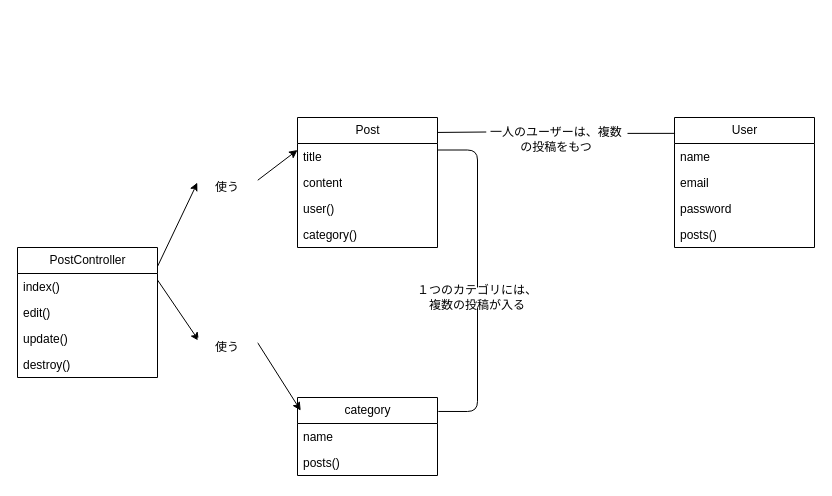
Earlier version of the draw.io diagram docs/13-7/post-class.drawio (taiga-kawakubo/post-app-practice). Source tidied: cells renumbered, new cells numbered last; positions are measured from the earlier drawing's top-left corner, leaving out a move shared by most shapes. Both pictures are drawn from the tidied source at 100%, with x=0, y=0 at pixel (17, 117).
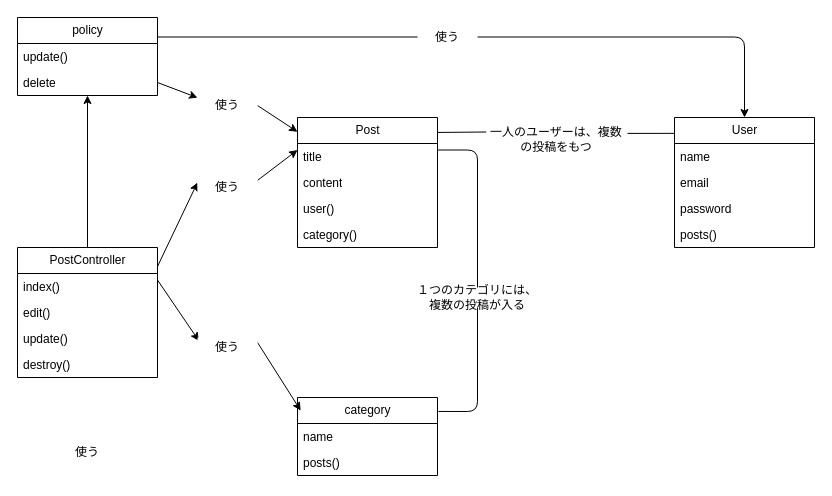
After the change.

Commit message:
13-7: ポリシーまで入れた投稿アプリのクラス図を追加

Unchanged cells that the change refers to:
```xml
<mxCell id="2" value="PostController" style="swimlane;fontStyle=0;horizontal=1;startSize=26;fillColor=none;html=1;" parent="1" vertex="1">
  <mxGeometry y="130" width="140" height="130" as="geometry" />
</mxCell>
<mxCell id="7" value="User" style="swimlane;fontStyle=0;horizontal=1;startSize=26;fillColor=none;html=1;" parent="1" vertex="1">
  <mxGeometry x="657" width="140" height="130" as="geometry" />
</mxCell>
<mxCell id="12" value="Post" style="swimlane;fontStyle=0;horizontal=1;startSize=26;fillColor=none;html=1;" parent="1" vertex="1">
  <mxGeometry x="280" width="140" height="130" as="geometry" />
</mxCell>
```

Diff of the diagram source:
```diff
@@
+    <mxCell id="31" style="edgeStyle=none;html=1;entryX=0.5;entryY=1;entryDx=0;entryDy=0;" parent="1" edge="1" source="2" target="33">
+      <mxGeometry relative="1" as="geometry" />
+    </mxCell>
@@
+    <mxCell id="32" style="edgeStyle=orthogonalEdgeStyle;html=1;exitX=1;exitY=0.25;exitDx=0;exitDy=0;entryX=0.5;entryY=0;entryDx=0;entryDy=0;" parent="1" edge="1" source="33" target="7">
+      <mxGeometry relative="1" as="geometry" />
+    </mxCell>
+    <mxCell id="33" value="policy" style="swimlane;fontStyle=0;horizontal=1;startSize=26;fillColor=none;html=1;" parent="1" vertex="1">
+      <mxGeometry y="-100" width="140" height="78" as="geometry" />
+    </mxCell>
+    <mxCell id="34" value="update()" style="text;strokeColor=none;fillColor=none;align=left;verticalAlign=top;spacingLeft=4;spacingRight=4;overflow=hidden;whiteSpace=wrap;html=1;" parent="33" vertex="1">
+      <mxGeometry y="26" width="140" height="26" as="geometry" />
+    </mxCell>
+    <mxCell id="35" value="delete" style="text;strokeColor=none;fillColor=none;align=left;verticalAlign=top;spacingLeft=4;spacingRight=4;overflow=hidden;points=[[0,0.5],[1,0.5]];portConstraint=eastwest;whiteSpace=wrap;html=1;" parent="33" vertex="1">
+      <mxGeometry y="52" width="140" height="26" as="geometry" />
+    </mxCell>
+    <mxCell id="36" value="使う" style="text;html=1;whiteSpace=wrap;strokeColor=none;fillColor=default;align=center;verticalAlign=middle;rounded=0;" parent="1" vertex="1">
+      <mxGeometry x="40" y="325" width="60" height="20" as="geometry" />
+    </mxCell>
+    <mxCell id="37" style="edgeStyle=none;html=1;entryX=0;entryY=0.11;entryDx=0;entryDy=0;entryPerimeter=0;exitX=1;exitY=0.5;exitDx=0;exitDy=0;" parent="1" edge="1" source="39" target="12">
+      <mxGeometry relative="1" as="geometry" />
+    </mxCell>
+    <mxCell id="38" style="edgeStyle=none;html=1;entryX=0;entryY=0.11;entryDx=0;entryDy=0;entryPerimeter=0;exitX=1;exitY=0.5;exitDx=0;exitDy=0;" parent="1" edge="1" source="35" target="39">
+      <mxGeometry relative="1" as="geometry" />
+    </mxCell>
+    <mxCell id="39" value="使う" style="text;html=1;whiteSpace=wrap;strokeColor=none;fillColor=default;align=center;verticalAlign=middle;rounded=0;" parent="1" vertex="1">
+      <mxGeometry x="180" y="-22" width="60" height="20" as="geometry" />
+    </mxCell>
+    <mxCell id="40" value="使う" style="text;html=1;whiteSpace=wrap;strokeColor=none;fillColor=default;align=center;verticalAlign=middle;rounded=0;" parent="1" vertex="1">
+      <mxGeometry x="400" y="-90" width="60" height="20" as="geometry" />
+    </mxCell>
```
